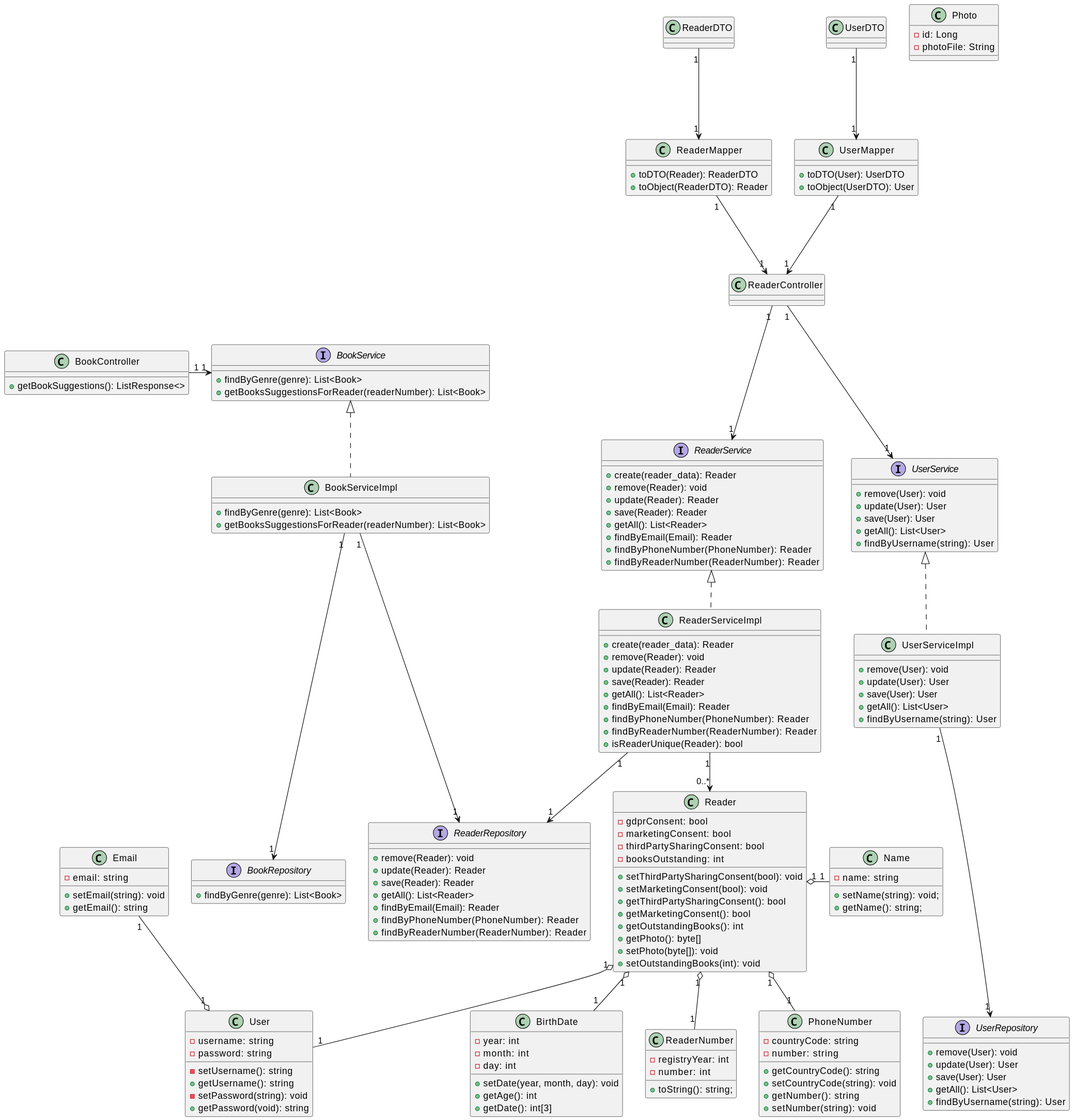
This is Docs/Phase2/WP3B-Readers/WP3B-Readers-CD.svg from rutemf/1220944_1220772_G01, a PlantUML export, as it was before one commit.
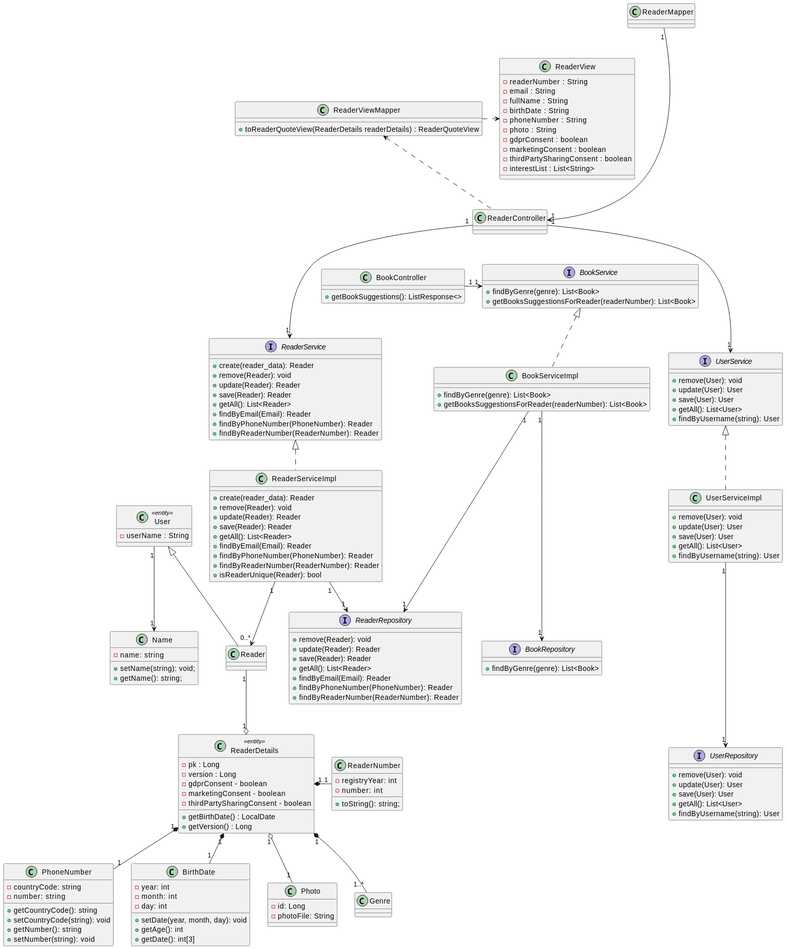
Above is the later version.

Commit message:
Updated Readers Design

Change to the diagram source:
```diff
@@ -9,7 +9,6 @@
     + findByPhoneNumber(PhoneNumber): Reader
     + findByReaderNumber(ReaderNumber): Reader
 }
-
 
 interface ReaderService {
     + create(reader_data): Reader
@@ -37,19 +36,37 @@
 class ReaderController {
 }
 
-class Reader {
-    - gdprConsent: bool
-    - marketingConsent: bool
-    - thirdPartySharingConsent: bool
-    - booksOutstanding: int
-    + setThirdPartySharingConsent(bool): void
-    + setMarketingConsent(bool): void
-    + getThirdPartySharingConsent(): bool
-    + getMarketingConsent(): bool
-    + getOutstandingBooks(): int
-    + getPhoto(): byte[]
-    + setPhoto(byte[]): void
-    + setOutstandingBooks(int): void
+class ReaderDetails <<entity>>{
+    - pk : Long
+    - version : Long
+    - gdprConsent - boolean
+    - marketingConsent - boolean
+    - thirdPartySharingConsent - boolean
+    + getBirthDate() : LocalDate
+    + getVersion() : Long
+}
+
+class User <<entity>>{
+    - userName : String
+}
+
+class Reader extends User
+
+class ReaderViewMapper{
+ + toReaderQuoteView(ReaderDetails readerDetails) : ReaderQuoteView
+}
+
+class ReaderView{
+    - readerNumber : String
+    - email : String
+    - fullName : String
+    - birthDate : String
+    - phoneNumber : String
+    - photo : String
+    - gdprConsent : boolean
+    - marketingConsent : boolean
+    - thirdPartySharingConsent : boolean
+    - interestList : List<String>
 }
 
 class Name {
@@ -62,12 +79,6 @@
     - registryYear: int
     - number: int
     + toString(): string;
-}
-
-class Email {
-    - email: string
-    + setEmail(string): void
-    + getEmail(): string
 }
 
 class PhoneNumber {
@@ -88,14 +99,6 @@
     + getDate(): int[3]
 }
 
-class User {
-    - username: string
-    - setUsername(): string
-    + getUsername(): string
-    - password: string
-    - setPassword(string): void
-    + getPassword(void): string
-}
 
 interface UserRepository {
     + remove(User): void
@@ -119,20 +122,6 @@
     + save(User): User
     + getAll(): List<User>
     + findByUsername(string): User
-}
-
-class ReaderMapper {
-    + toDTO(Reader): ReaderDTO
-    + toObject(ReaderDTO): Reader
-}
-
-class ReaderDTO {}
-
-class UserDTO {}
-
-class UserMapper {
-    + toDTO(User): UserDTO
-    + toObject(UserDTO): User
 }
 
 class Photo {
@@ -164,21 +153,21 @@
 BookServiceImpl "1" ---> "1" ReaderRepository
 
 UserServiceImpl "1" ---> "1" UserRepository
-ReaderDTO "1" ---> "1" ReaderMapper
 
 ReaderMapper "1" ---> "1" ReaderController
 
-UserDTO "1" ---> "1" UserMapper
-UserMapper "1" ---> "1" ReaderController
+ReaderController .up.> ReaderViewMapper
+ReaderViewMapper .right.> ReaderView
 
 ReaderController "1" ---> "1" ReaderService
 ReaderController "1" ---> "1" UserService
-Reader "1" o-down- "1" User
-Reader "1" o- "1" Name
-Reader "1" o-down- "1" ReaderNumber
-User "1" o-up- "1" Email
-Reader "1" o-down- "1" PhoneNumber
-Reader "1" o-down- "1" BirthDate
+ReaderDetails "1" o-up- "1" Reader
+ReaderDetails "1" *- "1" ReaderNumber
+ReaderDetails "1" *-- "1" BirthDate
+ReaderDetails "1" *-- "1" PhoneNumber
+ReaderDetails "1" *-- "1..*" Genre
+ReaderDetails "1" o-- "1" Photo
 ReaderServiceImpl "1" --> "0..*" Reader
 ReaderServiceImpl "1" --> "1" ReaderRepository
+User "1" --> "1" Name
 @enduml
```
